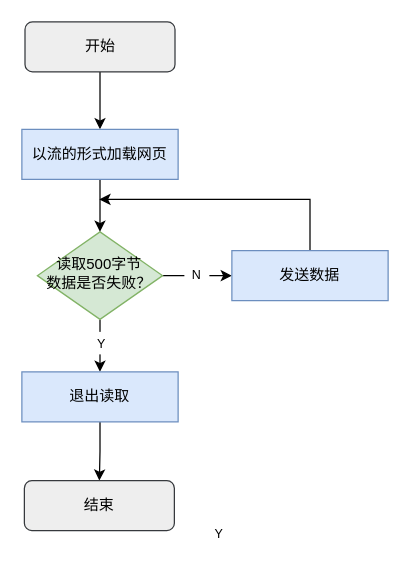
This is 网页展示器.drawio from KAZAMA-DREAM/picture, a draw.io file, before an edit. Source tidied: cells renumbered, new cells numbered last; positions are measured from the earlier drawing's top-left corner, leaving out a move shared by most shapes. Both pictures are drawn from the tidied source at 125%, with x=0, y=0 at pixel (21, 21).
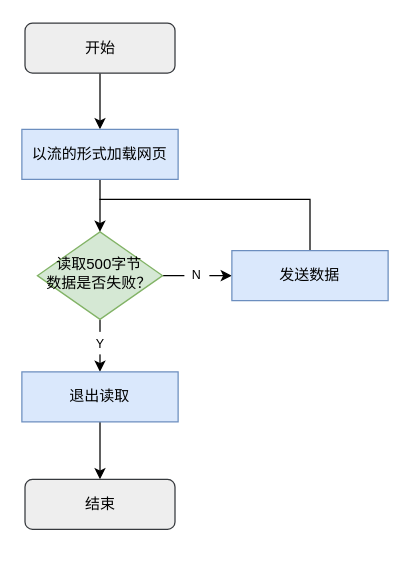
The same page after the edit.

Commit message:
更新网页展示器.drawio

Diff of the diagram source:
```diff
@@
 <mxGraphModel>
   <root>
     <mxCell id="0" />
     <mxCell id="1" parent="0" />
     <mxCell id="2" style="edgeStyle=orthogonalEdgeStyle;rounded=0;jettySize=auto;html=1;entryX=0.5;entryY=0;entryDx=0;entryDy=0;" parent="1" edge="1" source="3" target="10">
       <mxGeometry relative="1" as="geometry" />
     </mxCell>
     <mxCell id="3" value="开始" style="rounded=1;whiteSpace=wrap;html=1;fontSize=12;glass=0;strokeWidth=1;shadow=0;fillColor=#eeeeee;strokeColor=#36393d;" parent="1" vertex="1">
-      <mxGeometry x="2.5" width="120" height="40" as="geometry" />
+      <mxGeometry x="2.5" y="1" width="120" height="40" as="geometry" />
     </mxCell>
     <mxCell id="4" style="edgeStyle=orthogonalEdgeStyle;rounded=0;jettySize=auto;html=1;" parent="1" edge="1" source="6" target="12">
       <mxGeometry relative="1" as="geometry" />
     </mxCell>
     <mxCell id="5" style="edgeStyle=orthogonalEdgeStyle;rounded=0;jettySize=auto;html=1;" parent="1" edge="1" source="6" target="16">
       <mxGeometry relative="1" as="geometry" />
     </mxCell>
     <mxCell id="6" value="读取500字节&lt;br&gt;数据是否失败？" style="rhombus;whiteSpace=wrap;html=1;shadow=0;fontFamily=Helvetica;fontSize=12;align=center;strokeWidth=1;spacing=6;spacingTop=-4;fillColor=#d5e8d4;strokeColor=#82b366;" parent="1" vertex="1">
       <mxGeometry x="12.4" y="168" width="100.2" height="70" as="geometry" />
     </mxCell>
-    <mxCell id="7" value="&lt;font style=&quot;font-size: 10px;&quot;&gt;Y&lt;/font&gt;" style="text;html=1;strokeColor=none;fillColor=default;align=center;verticalAlign=middle;whiteSpace=wrap;rounded=0;" parent="1" vertex="1">
-      <mxGeometry x="148.1" y="400" width="20" height="18" as="geometry" />
-    </mxCell>
     <mxCell id="8" value="&lt;font style=&quot;font-size: 10px;&quot;&gt;N&lt;/font&gt;" style="text;html=1;strokeColor=none;fillColor=default;align=center;verticalAlign=middle;whiteSpace=wrap;rounded=0;" parent="1" vertex="1">
       <mxGeometry x="130" y="193" width="20" height="18" as="geometry" />
     </mxCell>
     <mxCell id="9" style="edgeStyle=orthogonalEdgeStyle;rounded=0;jettySize=auto;html=1;entryX=0.5;entryY=0;entryDx=0;entryDy=0;" parent="1" edge="1" source="10" target="6">
       <mxGeometry relative="1" as="geometry" />
     </mxCell>
     <mxCell id="10" value="以流的形式加载网页" style="rounded=0;whiteSpace=wrap;html=1;fillColor=#dae8fc;strokeColor=#6c8ebf;" parent="1" vertex="1">
       <mxGeometry y="86" width="125" height="40" as="geometry" />
     </mxCell>
     <mxCell id="11" style="edgeStyle=orthogonalEdgeStyle;rounded=0;jettySize=auto;html=1;" parent="1" edge="1" source="12" target="14">
       <mxGeometry relative="1" as="geometry" />
     </mxCell>
     <mxCell id="12" value="退出读取" style="rounded=0;whiteSpace=wrap;html=1;fillColor=#dae8fc;strokeColor=#6c8ebf;" parent="1" vertex="1">
       <mxGeometry y="280" width="125" height="40" as="geometry" />
     </mxCell>
     <mxCell id="13" value="&lt;font style=&quot;font-size: 10px;&quot;&gt;Y&lt;/font&gt;" style="text;html=1;strokeColor=none;fillColor=default;align=center;verticalAlign=middle;whiteSpace=wrap;rounded=0;" parent="1" vertex="1">
-      <mxGeometry x="54" y="248" width="20" height="18" as="geometry" />
+      <mxGeometry x="53" y="248" width="20" height="18" as="geometry" />
     </mxCell>
     <mxCell id="14" value="结束" style="rounded=1;whiteSpace=wrap;html=1;fontSize=12;glass=0;strokeWidth=1;shadow=0;fillColor=#eeeeee;strokeColor=#36393d;" parent="1" vertex="1">
-      <mxGeometry x="2" y="367" width="120" height="40" as="geometry" />
+      <mxGeometry x="2.5" y="366" width="120" height="40" as="geometry" />
     </mxCell>
-    <mxCell id="15" style="edgeStyle=orthogonalEdgeStyle;rounded=0;jettySize=auto;html=1;" parent="1" edge="1" source="16">
+    <mxCell id="15" style="edgeStyle=orthogonalEdgeStyle;rounded=0;jettySize=auto;html=1;endArrow=none;endFill=0;" parent="1" edge="1" source="16">
       <mxGeometry relative="1" as="geometry">
         <mxPoint x="62" y="142" as="targetPoint" />
         <Array as="points">
           <mxPoint x="231" y="142" />
           <mxPoint x="69" y="142" />
         </Array>
       </mxGeometry>
     </mxCell>
     <mxCell id="16" value="发送数据" style="rounded=0;whiteSpace=wrap;html=1;fillColor=#dae8fc;strokeColor=#6c8ebf;" parent="1" vertex="1">
       <mxGeometry x="168" y="183" width="125" height="40" as="geometry" />
     </mxCell>
   </root>
 </mxGraphModel>
```
